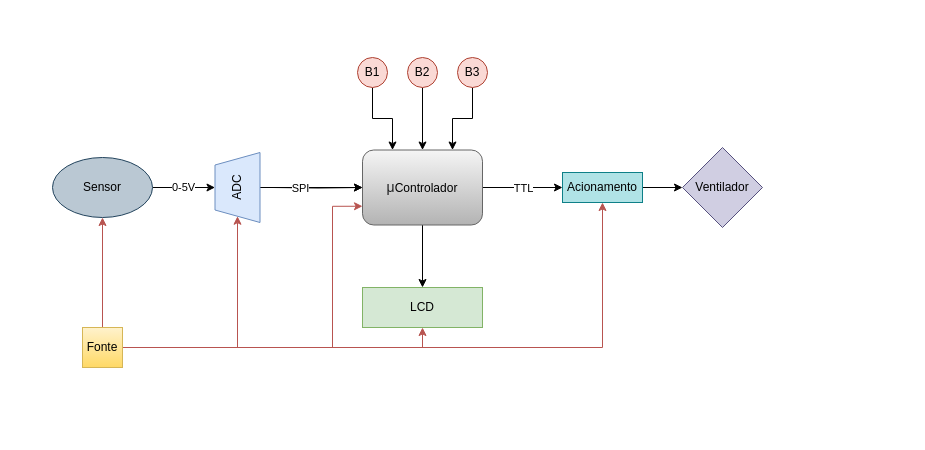
Earlier version of the draw.io diagram 2022.2/ventsys/ventsys.drawio (vm-bertini/ea075-2023.1). Source tidied: cells renumbered, new cells numbered last; positions are measured from the earlier drawing's top-left corner, leaving out a move shared by most shapes. Both pictures are drawn from the tidied source at 100%, with x=0, y=0 at pixel (52, 57).
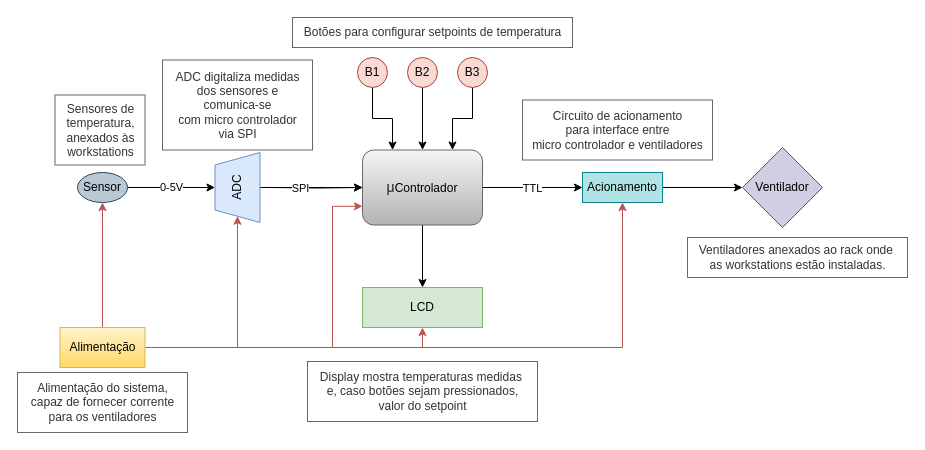
Above is the later version.

Commit message:
Descrição dos blocos

The change refers to these unchanged cells:
```xml
<mxCell id="2" style="edgeStyle=orthogonalEdgeStyle;rounded=0;jettySize=auto;html=1;exitX=1;exitY=0.5;exitDx=0;exitDy=0;fontFamily=Helvetica;entryX=0;entryY=0.5;entryDx=0;entryDy=0;" parent="1" edge="1" source="5" target="11">
  <mxGeometry relative="1" as="geometry" />
</mxCell>
```

Change to the diagram source:
```diff
@@
     <mxCell id="3" value="TTL" style="edgeLabel;html=1;align=center;verticalAlign=middle;" parent="2" vertex="1">
       <mxGeometry x="0.3" relative="1" as="geometry">
-        <mxPoint x="-12" as="offset" />
+        <mxPoint x="-16" as="offset" />
       </mxGeometry>
     </mxCell>
@@
     <mxCell id="8" value="Sensor" style="ellipse;whiteSpace=wrap;html=1;fillColor=#bac8d3;strokeColor=#23445d;" parent="1" vertex="1">
-      <mxGeometry y="100" width="100" height="60" as="geometry" />
+      <mxGeometry x="25" y="115" width="50" height="30" as="geometry" />
     </mxCell>
     <mxCell id="9" value="Ventilador" style="rhombus;whiteSpace=wrap;html=1;fontFamily=Helvetica;fillColor=#d0cee2;strokeColor=#56517e;" parent="1" vertex="1">
-      <mxGeometry x="630" y="90" width="80" height="80" as="geometry" />
+      <mxGeometry x="690" y="90" width="80" height="80" as="geometry" />
     </mxCell>
@@
     <mxCell id="11" value="Acionamento" style="rounded=0;whiteSpace=wrap;html=1;fillColor=#b0e3e6;strokeColor=#0e8088;" parent="1" vertex="1">
-      <mxGeometry x="510" y="115" width="80" height="30" as="geometry" />
+      <mxGeometry x="530" y="115" width="80" height="30" as="geometry" />
     </mxCell>
@@
-    <mxCell id="27" value="Fonte" style="rounded=0;whiteSpace=wrap;html=1;fontFamily=Helvetica;fillColor=#fff2cc;strokeColor=#d6b656;gradientColor=#ffd966;" parent="1" vertex="1">
-      <mxGeometry x="30" y="270" width="40" height="40" as="geometry" />
+    <mxCell id="27" value="Alimentação" style="rounded=0;whiteSpace=wrap;html=1;fontFamily=Helvetica;fillColor=#fff2cc;strokeColor=#d6b656;gradientColor=#ffd966;" parent="1" vertex="1">
+      <mxGeometry x="7.5" y="270" width="85" height="40" as="geometry" />
     </mxCell>
+    <mxCell id="28" value="Sensores de &lt;br&gt;temperatura, &lt;br&gt;anexados às &lt;br&gt;workstations" style="text;html=1;align=center;verticalAlign=middle;fillColor=none;fontColor=#333333;strokeColor=#666666;" parent="1" vertex="1">
+      <mxGeometry x="2.5" y="37.5" width="90" height="70" as="geometry" />
+    </mxCell>
+    <mxCell id="29" value="Alimentação do sistema,&lt;br&gt;capaz de fornecer corrente&lt;br&gt;para os ventiladores" style="text;html=1;align=center;verticalAlign=middle;strokeColor=#666666;fillColor=none;fontColor=#333333;" parent="1" vertex="1">
+      <mxGeometry x="-35" y="315" width="170" height="60" as="geometry" />
+    </mxCell>
+    <mxCell id="30" value="Botões para configurar setpoints de temperatura" style="text;html=1;align=center;verticalAlign=middle;strokeColor=#666666;fillColor=none;fontColor=#333333;" parent="1" vertex="1">
+      <mxGeometry x="240" y="-40" width="280" height="30" as="geometry" />
+    </mxCell>
+    <mxCell id="31" value="ADC digitaliza medidas&lt;br&gt;dos sensores e &lt;br&gt;comunica-se&lt;br&gt;com micro controlador &lt;br&gt;via SPI" style="text;html=1;align=center;verticalAlign=middle;fillColor=none;fontColor=#333333;strokeColor=#666666;" parent="1" vertex="1">
+      <mxGeometry x="110" y="2.5" width="150" height="90" as="geometry" />
+    </mxCell>
+    <mxCell id="32" value="Display mostra temperaturas medidas&amp;nbsp;&lt;br&gt;e, caso botões sejam pressionados,&lt;br&gt;valor do setpoint" style="text;html=1;align=center;verticalAlign=middle;strokeColor=#666666;fillColor=none;fontColor=#333333;" parent="1" vertex="1">
+      <mxGeometry x="255" y="304" width="230" height="60" as="geometry" />
+    </mxCell>
+    <mxCell id="33" value="Circuito de acionamento &lt;br&gt;para interface entre &lt;br&gt;micro controlador e ventiladores" style="text;html=1;align=center;verticalAlign=middle;strokeColor=#666666;fillColor=none;fontColor=#333333;" parent="1" vertex="1">
+      <mxGeometry x="470" y="42.5" width="190" height="60" as="geometry" />
+    </mxCell>
+    <mxCell id="34" value="Ventiladores anexados ao rack onde&amp;nbsp;&lt;br&gt;as workstations estão instaladas." style="text;html=1;align=center;verticalAlign=middle;strokeColor=#666666;fillColor=none;fontColor=#333333;" parent="1" vertex="1">
+      <mxGeometry x="635" y="180" width="220" height="40" as="geometry" />
+    </mxCell>
```
